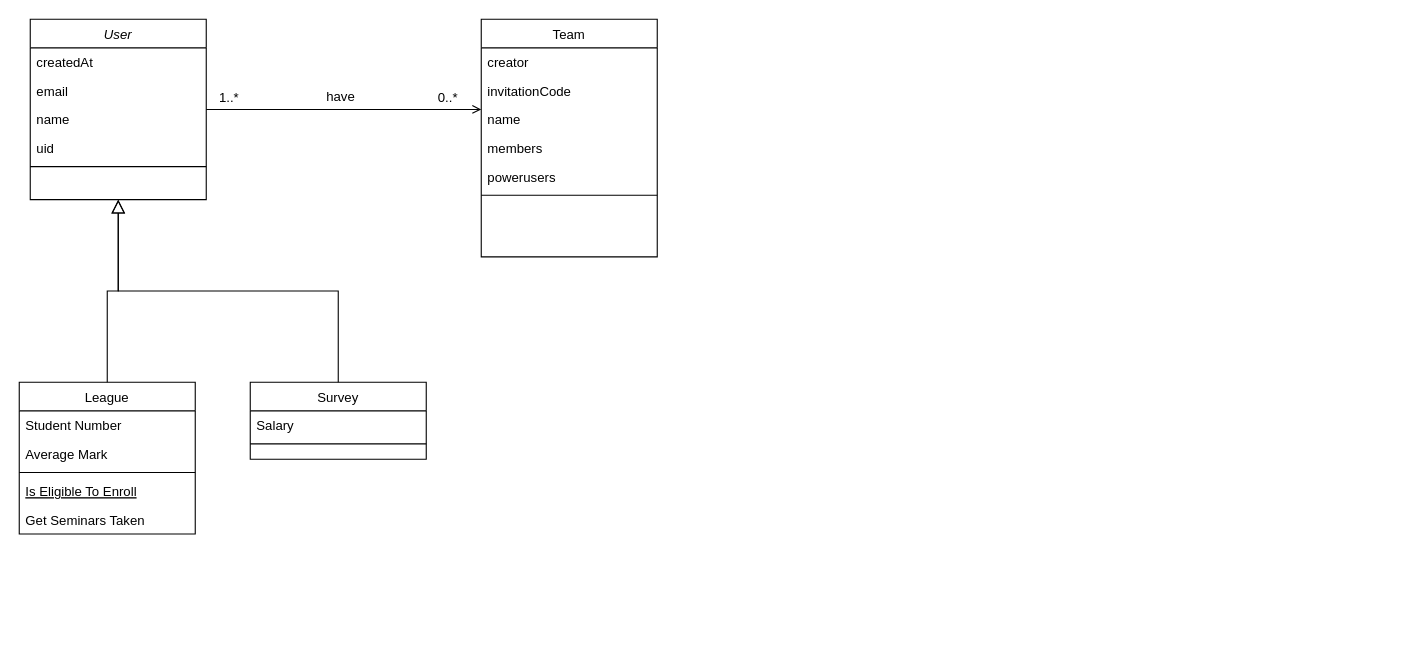
Before: club-survey.drawio in herianp/diplomova-prace, a draw.io diagram. Source tidied: cells renumbered, new cells numbered last; positions are measured from the earlier drawing's top-left corner, leaving out a move shared by most shapes. Both pictures are drawn from the tidied source at 110%, with x=0, y=0 at pixel (19, 19).
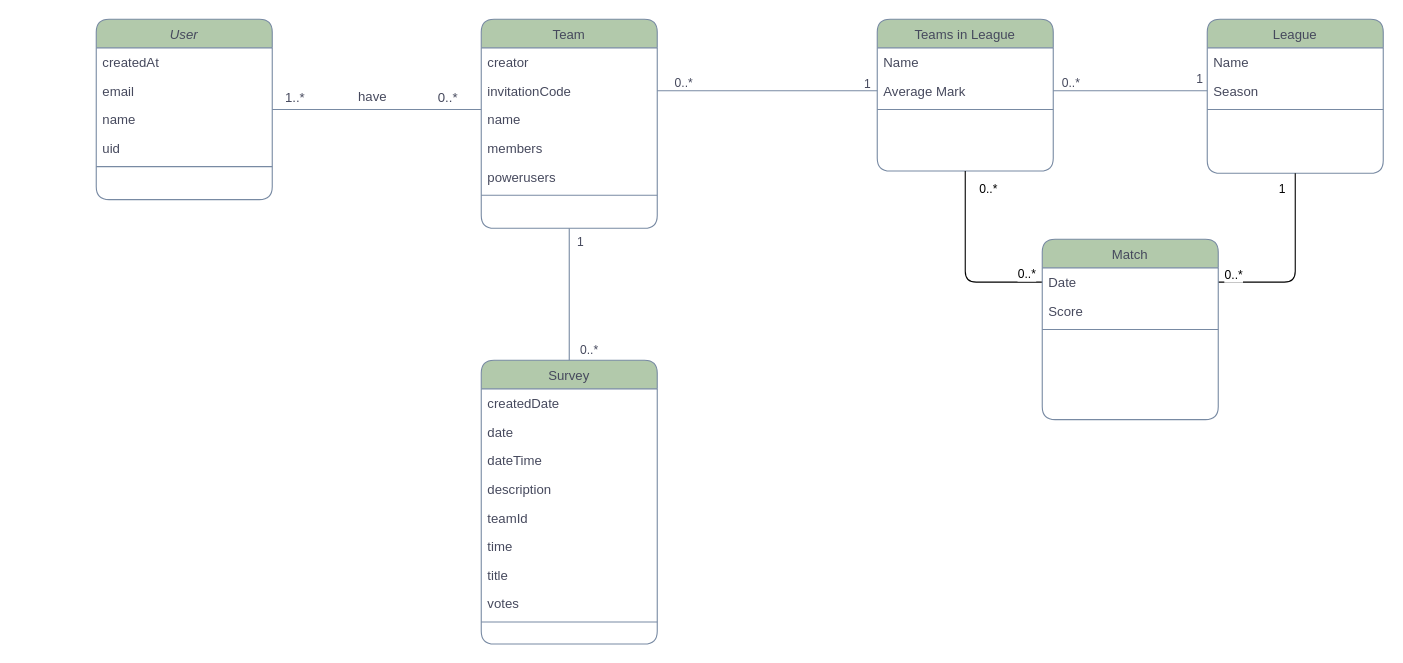
After the change.

The edit, as a diff of the source:
```diff
@@
-    <mxCell id="2" value="User" style="swimlane;fontStyle=2;align=center;verticalAlign=top;horizontal=1;startSize=26;rounded=0;shadow=0;strokeWidth=1;" parent="1" vertex="1">
-      <mxGeometry x="10" width="160" height="164" as="geometry" />
+    <mxCell id="2" value="User" style="swimlane;fontStyle=2;align=center;verticalAlign=top;horizontal=1;startSize=26;rounded=1;shadow=0;strokeWidth=1;labelBackgroundColor=none;fillColor=#B2C9AB;strokeColor=#788AA3;fontColor=#46495D;" parent="1" vertex="1">
+      <mxGeometry x="70" width="160" height="164" as="geometry" />
     </mxCell>
-    <mxCell id="3" value="createdAt" style="text;align=left;verticalAlign=top;spacingLeft=4;spacingRight=4;overflow=hidden;" parent="2" vertex="1">
+    <mxCell id="3" value="createdAt" style="text;align=left;verticalAlign=top;spacingLeft=4;spacingRight=4;overflow=hidden;labelBackgroundColor=none;fontColor=#46495D;rounded=1;" parent="2" vertex="1">
       <mxGeometry y="26" width="160" height="26" as="geometry" />
     </mxCell>
-    <mxCell id="4" value="email" style="text;align=left;verticalAlign=top;spacingLeft=4;spacingRight=4;overflow=hidden;rounded=0;shadow=0;html=0;" parent="2" vertex="1">
+    <mxCell id="4" value="email" style="text;align=left;verticalAlign=top;spacingLeft=4;spacingRight=4;overflow=hidden;rounded=1;shadow=0;html=0;labelBackgroundColor=none;fontColor=#46495D;" parent="2" vertex="1">
       <mxGeometry y="52" width="160" height="26" as="geometry" />
     </mxCell>
-    <mxCell id="5" value="name" style="text;align=left;verticalAlign=top;spacingLeft=4;spacingRight=4;overflow=hidden;rounded=0;shadow=0;html=0;" parent="2" vertex="1">
+    <mxCell id="5" value="name" style="text;align=left;verticalAlign=top;spacingLeft=4;spacingRight=4;overflow=hidden;rounded=1;shadow=0;html=0;labelBackgroundColor=none;fontColor=#46495D;" parent="2" vertex="1">
       <mxGeometry y="78" width="160" height="26" as="geometry" />
     </mxCell>
-    <mxCell id="6" value="uid" style="text;align=left;verticalAlign=top;spacingLeft=4;spacingRight=4;overflow=hidden;rounded=0;shadow=0;html=0;" parent="2" vertex="1">
+    <mxCell id="6" value="uid" style="text;align=left;verticalAlign=top;spacingLeft=4;spacingRight=4;overflow=hidden;rounded=1;shadow=0;html=0;labelBackgroundColor=none;fontColor=#46495D;" parent="2" vertex="1">
       <mxGeometry y="104" width="160" height="26" as="geometry" />
     </mxCell>
-    <mxCell id="7" style="line;html=1;strokeWidth=1;align=left;verticalAlign=middle;spacingTop=-1;spacingLeft=3;spacingRight=3;labelPosition=right;" parent="2" vertex="1">
+    <mxCell id="7" style="line;html=1;strokeWidth=1;align=left;verticalAlign=middle;spacingTop=-1;spacingLeft=3;spacingRight=3;labelPosition=right;labelBackgroundColor=none;fillColor=#B2C9AB;strokeColor=#788AA3;fontColor=#46495D;rounded=1;" parent="2" vertex="1">
       <mxGeometry y="130" width="160" height="8" as="geometry" />
     </mxCell>
-    <mxCell id="8" value="League" style="swimlane;fontStyle=0;align=center;verticalAlign=top;horizontal=1;startSize=26;rounded=0;shadow=0;strokeWidth=1;" parent="1" vertex="1">
-      <mxGeometry y="330" width="160" height="138" as="geometry" />
+    <mxCell id="8" value="Teams in League" style="swimlane;fontStyle=0;align=center;verticalAlign=top;horizontal=1;startSize=26;rounded=1;shadow=0;strokeWidth=1;labelBackgroundColor=none;fillColor=#B2C9AB;strokeColor=#788AA3;fontColor=#46495D;" parent="1" vertex="1">
+      <mxGeometry x="780" width="160" height="138" as="geometry" />
     </mxCell>
-    <mxCell id="9" value="Student Number" style="text;align=left;verticalAlign=top;spacingLeft=4;spacingRight=4;overflow=hidden;" parent="8" vertex="1">
+    <mxCell id="9" value="Name" style="text;align=left;verticalAlign=top;spacingLeft=4;spacingRight=4;overflow=hidden;labelBackgroundColor=none;fontColor=#46495D;rounded=1;" parent="8" vertex="1">
       <mxGeometry y="26" width="160" height="26" as="geometry" />
     </mxCell>
-    <mxCell id="10" value="Average Mark" style="text;align=left;verticalAlign=top;spacingLeft=4;spacingRight=4;overflow=hidden;points=[[0,0.5],[1,0.5]];portConstraint=eastwest;rounded=0;shadow=0;html=0;" parent="8" vertex="1">
+    <mxCell id="10" value="Average Mark" style="text;align=left;verticalAlign=top;spacingLeft=4;spacingRight=4;overflow=hidden;points=[[0,0.5],[1,0.5]];portConstraint=eastwest;rounded=1;shadow=0;html=0;labelBackgroundColor=none;fontColor=#46495D;" parent="8" vertex="1">
       <mxGeometry y="52" width="160" height="26" as="geometry" />
     </mxCell>
-    <mxCell id="11" style="line;html=1;strokeWidth=1;align=left;verticalAlign=middle;spacingTop=-1;spacingLeft=3;spacingRight=3;labelPosition=right;" parent="8" vertex="1">
+    <mxCell id="11" style="line;html=1;strokeWidth=1;align=left;verticalAlign=middle;spacingTop=-1;spacingLeft=3;spacingRight=3;labelPosition=right;labelBackgroundColor=none;fillColor=#B2C9AB;strokeColor=#788AA3;fontColor=#46495D;rounded=1;" parent="8" vertex="1">
       <mxGeometry y="78" width="160" height="8" as="geometry" />
     </mxCell>
-    <mxCell id="12" value="Is Eligible To Enroll" style="text;align=left;verticalAlign=top;spacingLeft=4;spacingRight=4;overflow=hidden;fontStyle=4;" parent="8" vertex="1">
-      <mxGeometry y="86" width="160" height="26" as="geometry" />
-    </mxCell>
-    <mxCell id="13" value="Get Seminars Taken" style="text;align=left;verticalAlign=top;spacingLeft=4;spacingRight=4;overflow=hidden;" parent="8" vertex="1">
-      <mxGeometry y="112" width="160" height="26" as="geometry" />
-    </mxCell>
-    <mxCell id="14" style="endArrow=block;endSize=10;endFill=0;shadow=0;strokeWidth=1;rounded=0;curved=0;edgeStyle=elbowEdgeStyle;elbow=vertical;" parent="1" edge="1" source="8" target="2">
-      <mxGeometry relative="1" as="geometry" />
-    </mxCell>
-    <mxCell id="15" value="Survey" style="swimlane;fontStyle=0;align=center;verticalAlign=top;horizontal=1;startSize=26;rounded=0;shadow=0;strokeWidth=1;" parent="1" vertex="1">
-      <mxGeometry x="210" y="330" width="160" height="70" as="geometry" />
+    <mxCell id="15" value="Survey" style="swimlane;fontStyle=0;align=center;verticalAlign=top;horizontal=1;startSize=26;rounded=1;shadow=0;strokeWidth=1;labelBackgroundColor=none;fillColor=#B2C9AB;strokeColor=#788AA3;fontColor=#46495D;" parent="1" vertex="1">
+      <mxGeometry x="420" y="310" width="160" height="258" as="geometry" />
     </mxCell>
-    <mxCell id="16" value="Salary" style="text;align=left;verticalAlign=top;spacingLeft=4;spacingRight=4;overflow=hidden;" parent="15" vertex="1">
+    <mxCell id="16" value="createdDate" style="text;align=left;verticalAlign=top;spacingLeft=4;spacingRight=4;overflow=hidden;labelBackgroundColor=none;fontColor=#46495D;rounded=1;" parent="15" vertex="1">
       <mxGeometry y="26" width="160" height="26" as="geometry" />
     </mxCell>
+    <mxCell id="30" value="date" style="text;align=left;verticalAlign=top;spacingLeft=4;spacingRight=4;overflow=hidden;labelBackgroundColor=none;fontColor=#46495D;rounded=1;" parent="15" vertex="1">
+      <mxGeometry y="52" width="160" height="26" as="geometry" />
+    </mxCell>
+    <mxCell id="31" value="dateTime" style="text;align=left;verticalAlign=top;spacingLeft=4;spacingRight=4;overflow=hidden;labelBackgroundColor=none;fontColor=#46495D;rounded=1;" parent="15" vertex="1">
+      <mxGeometry y="78" width="160" height="26" as="geometry" />
+    </mxCell>
+    <mxCell id="32" value="description" style="text;align=left;verticalAlign=top;spacingLeft=4;spacingRight=4;overflow=hidden;labelBackgroundColor=none;fontColor=#46495D;rounded=1;" parent="15" vertex="1">
+      <mxGeometry y="104" width="160" height="26" as="geometry" />
+    </mxCell>
+    <mxCell id="33" value="teamId" style="text;align=left;verticalAlign=top;spacingLeft=4;spacingRight=4;overflow=hidden;labelBackgroundColor=none;fontColor=#46495D;rounded=1;" parent="15" vertex="1">
+      <mxGeometry y="130" width="160" height="26" as="geometry" />
+    </mxCell>
+    <mxCell id="34" value="time" style="text;align=left;verticalAlign=top;spacingLeft=4;spacingRight=4;overflow=hidden;labelBackgroundColor=none;fontColor=#46495D;rounded=1;" parent="15" vertex="1">
+      <mxGeometry y="156" width="160" height="26" as="geometry" />
+    </mxCell>
+    <mxCell id="35" value="title" style="text;align=left;verticalAlign=top;spacingLeft=4;spacingRight=4;overflow=hidden;labelBackgroundColor=none;fontColor=#46495D;rounded=1;" parent="15" vertex="1">
+      <mxGeometry y="182" width="160" height="26" as="geometry" />
+    </mxCell>
+    <mxCell id="36" value="votes" style="text;align=left;verticalAlign=top;spacingLeft=4;spacingRight=4;overflow=hidden;labelBackgroundColor=none;fontColor=#46495D;rounded=1;" parent="15" vertex="1">
+      <mxGeometry y="208" width="160" height="26" as="geometry" />
+    </mxCell>
-    <mxCell id="17" style="line;html=1;strokeWidth=1;align=left;verticalAlign=middle;spacingTop=-1;spacingLeft=3;spacingRight=3;labelPosition=right;" parent="15" vertex="1">
-      <mxGeometry y="52" width="160" height="8" as="geometry" />
+    <mxCell id="17" style="line;html=1;strokeWidth=1;align=left;verticalAlign=middle;spacingTop=-1;spacingLeft=3;spacingRight=3;labelPosition=right;labelBackgroundColor=none;fillColor=#B2C9AB;strokeColor=#788AA3;fontColor=#46495D;rounded=1;" parent="15" vertex="1">
+      <mxGeometry y="234" width="160" height="8" as="geometry" />
     </mxCell>
-    <mxCell id="18" style="endArrow=block;endSize=10;endFill=0;shadow=0;strokeWidth=1;rounded=0;curved=0;edgeStyle=elbowEdgeStyle;elbow=vertical;" parent="1" edge="1" source="15" target="2">
-      <mxGeometry relative="1" as="geometry" />
-    </mxCell>
+    <mxCell id="37" style="edgeStyle=orthogonalEdgeStyle;rounded=1;jettySize=auto;html=1;exitX=0.5;exitY=1;exitDx=0;exitDy=0;entryX=0.5;entryY=0;entryDx=0;entryDy=0;endArrow=none;endFill=0;labelBackgroundColor=none;strokeColor=#788AA3;fontColor=default;" parent="1" edge="1" source="19" target="15">
+      <mxGeometry relative="1" as="geometry" />
+    </mxCell>
+    <mxCell id="38" value="1" style="edgeLabel;html=1;align=center;verticalAlign=middle;labelBackgroundColor=none;fontColor=#46495D;rounded=1;" parent="37" vertex="1">
+      <mxGeometry x="-0.7" y="1" relative="1" as="geometry">
+        <mxPoint x="8" y="-6" as="offset" />
+      </mxGeometry>
+    </mxCell>
+    <mxCell id="39" value="0..*" style="edgeLabel;html=1;align=center;verticalAlign=middle;labelBackgroundColor=none;fontColor=#46495D;rounded=1;" parent="37" vertex="1">
+      <mxGeometry x="0.72" y="4" relative="1" as="geometry">
+        <mxPoint x="13" y="7" as="offset" />
+      </mxGeometry>
+    </mxCell>
-    <mxCell id="19" value="Team" style="swimlane;fontStyle=0;align=center;verticalAlign=top;horizontal=1;startSize=26;rounded=0;shadow=0;strokeWidth=1;" parent="1" vertex="1">
-      <mxGeometry x="420" width="160" height="216" as="geometry" />
+    <mxCell id="19" value="Team" style="swimlane;fontStyle=0;align=center;verticalAlign=top;horizontal=1;startSize=26;rounded=1;shadow=0;strokeWidth=1;labelBackgroundColor=none;fillColor=#B2C9AB;strokeColor=#788AA3;fontColor=#46495D;" parent="1" vertex="1">
+      <mxGeometry x="420" width="160" height="190" as="geometry" />
     </mxCell>
-    <mxCell id="20" value="creator" style="text;align=left;verticalAlign=top;spacingLeft=4;spacingRight=4;overflow=hidden;" parent="19" vertex="1">
+    <mxCell id="20" value="creator" style="text;align=left;verticalAlign=top;spacingLeft=4;spacingRight=4;overflow=hidden;labelBackgroundColor=none;fontColor=#46495D;rounded=1;" parent="19" vertex="1">
       <mxGeometry y="26" width="160" height="26" as="geometry" />
     </mxCell>
-    <mxCell id="21" value="invitationCode" style="text;align=left;verticalAlign=top;spacingLeft=4;spacingRight=4;overflow=hidden;points=[[0,0.5],[1,0.5]];portConstraint=eastwest;rounded=0;shadow=0;html=0;" parent="19" vertex="1">
+    <mxCell id="21" value="invitationCode" style="text;align=left;verticalAlign=top;spacingLeft=4;spacingRight=4;overflow=hidden;points=[[0,0.5],[1,0.5]];portConstraint=eastwest;rounded=1;shadow=0;html=0;labelBackgroundColor=none;fontColor=#46495D;" parent="19" vertex="1">
       <mxGeometry y="52" width="160" height="26" as="geometry" />
     </mxCell>
-    <mxCell id="22" value="name" style="text;align=left;verticalAlign=top;spacingLeft=4;spacingRight=4;overflow=hidden;rounded=0;shadow=0;html=0;" parent="19" vertex="1">
+    <mxCell id="22" value="name" style="text;align=left;verticalAlign=top;spacingLeft=4;spacingRight=4;overflow=hidden;rounded=1;shadow=0;html=0;labelBackgroundColor=none;fontColor=#46495D;" parent="19" vertex="1">
       <mxGeometry y="78" width="160" height="26" as="geometry" />
     </mxCell>
-    <mxCell id="23" value="members" style="text;align=left;verticalAlign=top;spacingLeft=4;spacingRight=4;overflow=hidden;rounded=0;shadow=0;html=0;" parent="19" vertex="1">
+    <mxCell id="23" value="members" style="text;align=left;verticalAlign=top;spacingLeft=4;spacingRight=4;overflow=hidden;rounded=1;shadow=0;html=0;labelBackgroundColor=none;fontColor=#46495D;" parent="19" vertex="1">
       <mxGeometry y="104" width="160" height="26" as="geometry" />
     </mxCell>
-    <mxCell id="24" value="powerusers" style="text;align=left;verticalAlign=top;spacingLeft=4;spacingRight=4;overflow=hidden;rounded=0;shadow=0;html=0;" parent="19" vertex="1">
+    <mxCell id="24" value="powerusers" style="text;align=left;verticalAlign=top;spacingLeft=4;spacingRight=4;overflow=hidden;rounded=1;shadow=0;html=0;labelBackgroundColor=none;fontColor=#46495D;" parent="19" vertex="1">
       <mxGeometry y="130" width="160" height="26" as="geometry" />
     </mxCell>
-    <mxCell id="25" style="line;html=1;strokeWidth=1;align=left;verticalAlign=middle;spacingTop=-1;spacingLeft=3;spacingRight=3;labelPosition=right;" parent="19" vertex="1">
+    <mxCell id="25" style="line;html=1;strokeWidth=1;align=left;verticalAlign=middle;spacingTop=-1;spacingLeft=3;spacingRight=3;labelPosition=right;labelBackgroundColor=none;fillColor=#B2C9AB;strokeColor=#788AA3;fontColor=#46495D;rounded=1;" parent="19" vertex="1">
       <mxGeometry y="156" width="160" height="8" as="geometry" />
     </mxCell>
-    <mxCell id="26" style="endArrow=open;shadow=0;strokeWidth=1;rounded=0;curved=0;endFill=1;edgeStyle=elbowEdgeStyle;elbow=vertical;" parent="1" edge="1" source="2" target="19">
+    <mxCell id="26" style="endArrow=none;shadow=0;strokeWidth=1;rounded=1;curved=0;endFill=0;edgeStyle=elbowEdgeStyle;elbow=vertical;strokeColor=#788AA3;labelBackgroundColor=none;fontColor=default;" parent="1" edge="1" source="2" target="19">
       <mxGeometry x="0.5" y="41" relative="1" as="geometry">
         <mxPoint x="-40" y="32" as="offset" />
       </mxGeometry>
     </mxCell>
-    <mxCell id="27" value="1..*" style="align=left;verticalAlign=bottom;labelBackgroundColor=none;fontSize=12;" parent="26" vertex="1">
+    <mxCell id="27" value="1..*" style="align=left;verticalAlign=bottom;labelBackgroundColor=none;fontSize=12;fillColor=#B2C9AB;strokeColor=#788AA3;fontColor=#46495D;rounded=1;" parent="26" vertex="1">
       <mxGeometry x="-1" relative="1" as="geometry">
         <mxPoint x="10" y="-2" as="offset" />
       </mxGeometry>
     </mxCell>
-    <mxCell id="28" value="0..*" style="align=right;verticalAlign=bottom;labelBackgroundColor=none;fontSize=12;" parent="26" vertex="1">
+    <mxCell id="28" value="0..*" style="align=right;verticalAlign=bottom;labelBackgroundColor=none;fontSize=12;fillColor=#B2C9AB;strokeColor=#788AA3;fontColor=#46495D;rounded=1;" parent="26" vertex="1">
       <mxGeometry x="1" relative="1" as="geometry">
         <mxPoint x="-20" y="-2" as="offset" />
       </mxGeometry>
     </mxCell>
-    <mxCell id="29" value="have" style="text;html=1;align=center;verticalAlign=middle;labelBackgroundColor=none;rounded=0;shadow=0;strokeWidth=1;fontSize=12;" parent="26" vertex="1">
+    <mxCell id="29" value="have" style="text;html=1;align=center;verticalAlign=middle;labelBackgroundColor=none;rounded=1;shadow=0;strokeWidth=1;fontSize=12;fontColor=#46495D;" parent="26" vertex="1">
       <mxGeometry x="0.5" y="49" relative="1" as="geometry">
-        <mxPoint x="-67" y="37" as="offset" />
+        <mxPoint x="-53" y="37" as="offset" />
       </mxGeometry>
     </mxCell>
+    <mxCell id="40" style="edgeStyle=orthogonalEdgeStyle;rounded=1;jettySize=auto;html=1;exitX=0;exitY=0.5;exitDx=0;exitDy=0;entryX=1;entryY=0.5;entryDx=0;entryDy=0;endArrow=none;endFill=0;labelBackgroundColor=none;strokeColor=#788AA3;fontColor=default;" parent="1" edge="1" source="10" target="21">
+      <mxGeometry relative="1" as="geometry" />
+    </mxCell>
+    <mxCell id="41" value="1" style="edgeLabel;html=1;align=center;verticalAlign=middle;labelBackgroundColor=none;fontColor=#46495D;rounded=1;" parent="40" vertex="1">
+      <mxGeometry x="-0.77" y="-2" relative="1" as="geometry">
+        <mxPoint x="13" y="-5" as="offset" />
+      </mxGeometry>
+    </mxCell>
+    <mxCell id="42" value="0..*" style="edgeLabel;html=1;align=center;verticalAlign=middle;labelBackgroundColor=none;fontColor=#46495D;rounded=1;" parent="40" vertex="1">
+      <mxGeometry x="0.79" y="1" relative="1" as="geometry">
+        <mxPoint x="2" y="-9" as="offset" />
+      </mxGeometry>
+    </mxCell>
+    <mxCell id="43" value="League" style="swimlane;fontStyle=0;align=center;verticalAlign=top;horizontal=1;startSize=26;rounded=1;shadow=0;strokeWidth=1;labelBackgroundColor=none;fillColor=#B2C9AB;strokeColor=#788AA3;fontColor=#46495D;" parent="1" vertex="1">
+      <mxGeometry x="1080" width="160" height="140" as="geometry" />
+    </mxCell>
+    <mxCell id="44" value="Name" style="text;align=left;verticalAlign=top;spacingLeft=4;spacingRight=4;overflow=hidden;labelBackgroundColor=none;fontColor=#46495D;rounded=1;" parent="43" vertex="1">
+      <mxGeometry y="26" width="160" height="26" as="geometry" />
+    </mxCell>
+    <mxCell id="45" value="Season" style="text;align=left;verticalAlign=top;spacingLeft=4;spacingRight=4;overflow=hidden;points=[[0,0.5],[1,0.5]];portConstraint=eastwest;rounded=1;shadow=0;html=0;labelBackgroundColor=none;fontColor=#46495D;" parent="43" vertex="1">
+      <mxGeometry y="52" width="160" height="26" as="geometry" />
+    </mxCell>
+    <mxCell id="46" style="line;html=1;strokeWidth=1;align=left;verticalAlign=middle;spacingTop=-1;spacingLeft=3;spacingRight=3;labelPosition=right;labelBackgroundColor=none;fillColor=#B2C9AB;strokeColor=#788AA3;fontColor=#46495D;rounded=1;" parent="43" vertex="1">
+      <mxGeometry y="78" width="160" height="8" as="geometry" />
+    </mxCell>
+    <mxCell id="47" style="edgeStyle=orthogonalEdgeStyle;rounded=1;jettySize=auto;html=1;exitX=0;exitY=0.5;exitDx=0;exitDy=0;entryX=1;entryY=0.5;entryDx=0;entryDy=0;endArrow=none;endFill=0;labelBackgroundColor=none;strokeColor=#788AA3;fontColor=default;" parent="1" edge="1" source="45" target="10">
+      <mxGeometry relative="1" as="geometry" />
+    </mxCell>
+    <mxCell id="48" value="1" style="edgeLabel;html=1;align=center;verticalAlign=middle;labelBackgroundColor=none;fontColor=#46495D;rounded=1;" parent="47" vertex="1">
+      <mxGeometry x="-0.77" y="-1" relative="1" as="geometry">
+        <mxPoint x="8" y="-11" as="offset" />
+      </mxGeometry>
+    </mxCell>
+    <mxCell id="49" value="0..*" style="edgeLabel;html=1;align=center;verticalAlign=middle;labelBackgroundColor=none;fontColor=#46495D;rounded=1;" parent="47" vertex="1">
+      <mxGeometry x="0.5" y="-2" relative="1" as="geometry">
+        <mxPoint x="-20" y="-6" as="offset" />
+      </mxGeometry>
+    </mxCell>
+    <mxCell id="50" style="edgeStyle=orthogonalEdgeStyle;rounded=1;jettySize=auto;html=1;exitX=0;exitY=0.5;exitDx=0;exitDy=0;entryX=0.5;entryY=1;entryDx=0;entryDy=0;endArrow=none;endFill=0;" parent="1" edge="1" source="54" target="8">
+      <mxGeometry relative="1" as="geometry" />
+    </mxCell>
+    <mxCell id="51" style="edgeStyle=orthogonalEdgeStyle;rounded=1;jettySize=auto;html=1;exitX=1;exitY=0.5;exitDx=0;exitDy=0;entryX=0.5;entryY=1;entryDx=0;entryDy=0;endArrow=none;endFill=0;" parent="1" edge="1" source="54" target="43">
+      <mxGeometry relative="1" as="geometry" />
+    </mxCell>
+    <mxCell id="52" value="0..*" style="edgeLabel;html=1;align=center;verticalAlign=middle;rounded=1;" parent="51" vertex="1">
+      <mxGeometry x="-0.73" y="-3" relative="1" as="geometry">
+        <mxPoint x="-10" y="-10" as="offset" />
+      </mxGeometry>
+    </mxCell>
+    <mxCell id="53" value="Match" style="swimlane;fontStyle=0;align=center;verticalAlign=top;horizontal=1;startSize=26;rounded=1;shadow=0;strokeWidth=1;labelBackgroundColor=none;fillColor=#B2C9AB;strokeColor=#788AA3;fontColor=#46495D;" parent="1" vertex="1">
+      <mxGeometry x="930" y="200" width="160" height="164" as="geometry" />
+    </mxCell>
+    <mxCell id="54" value="Date" style="text;align=left;verticalAlign=top;spacingLeft=4;spacingRight=4;overflow=hidden;points=[[0,0.5],[1,0.5]];portConstraint=eastwest;labelBackgroundColor=none;fontColor=#46495D;rounded=1;" parent="53" vertex="1">
+      <mxGeometry y="26" width="160" height="26" as="geometry" />
+    </mxCell>
+    <mxCell id="55" value="Score" style="text;align=left;verticalAlign=top;spacingLeft=4;spacingRight=4;overflow=hidden;rounded=1;shadow=0;html=0;labelBackgroundColor=none;fontColor=#46495D;" parent="53" vertex="1">
+      <mxGeometry y="52" width="160" height="26" as="geometry" />
+    </mxCell>
+    <mxCell id="56" style="line;html=1;strokeWidth=1;align=left;verticalAlign=middle;spacingTop=-1;spacingLeft=3;spacingRight=3;labelPosition=right;labelBackgroundColor=none;fillColor=#B2C9AB;strokeColor=#788AA3;fontColor=#46495D;rounded=1;" parent="53" vertex="1">
+      <mxGeometry y="78" width="160" height="8" as="geometry" />
+    </mxCell>
+    <mxCell id="57" value="1" style="edgeLabel;html=1;align=center;verticalAlign=middle;rounded=1;" parent="1" vertex="1">
+      <mxGeometry x="1125" y="156" as="geometry">
+        <mxPoint x="22" y="-3" as="offset" />
+      </mxGeometry>
+    </mxCell>
+    <mxCell id="58" value="0..*" style="edgeLabel;html=1;align=center;verticalAlign=middle;rounded=1;" parent="1" vertex="1">
+      <mxGeometry x="915" y="231" as="geometry" />
+    </mxCell>
+    <mxCell id="59" value="0..*" style="edgeLabel;html=1;align=center;verticalAlign=middle;rounded=1;" parent="1" vertex="1">
+      <mxGeometry x="880" y="156" as="geometry">
+        <mxPoint y="-3" as="offset" />
+      </mxGeometry>
+    </mxCell>
```
